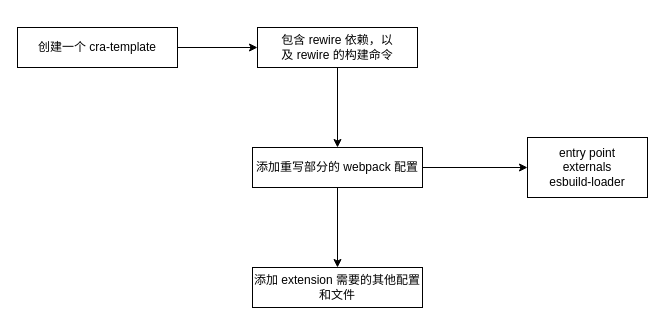
RekiDunois/ImagineThings keeps this draw.io diagram as vscode-webview-template.drawio. Above is the earlier version. Source tidied: cells renumbered, new cells numbered last; positions are measured from the earlier drawing's top-left corner, leaving out a move shared by most shapes. Both pictures are drawn from the tidied source at 100%, with x=0, y=0 at pixel (17, 27).
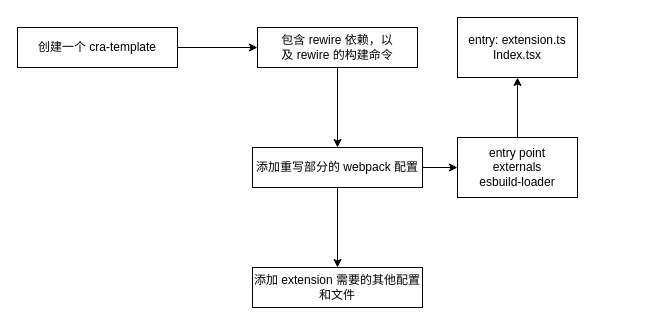
After the change.

Diff of the diagram source:
```diff
@@
 <mxGraphModel>
   <root>
     <mxCell id="0" />
     <mxCell id="1" parent="0" />
     <mxCell id="2" style="edgeStyle=orthogonalEdgeStyle;rounded=0;jettySize=auto;html=1;" parent="1" edge="1" source="3" target="5">
       <mxGeometry relative="1" as="geometry" />
     </mxCell>
     <mxCell id="3" value="创建一个&amp;nbsp;cra-template" style="whiteSpace=wrap;html=1;" parent="1" vertex="1">
       <mxGeometry width="160" height="40" as="geometry" />
     </mxCell>
     <mxCell id="4" style="edgeStyle=orthogonalEdgeStyle;rounded=0;jettySize=auto;html=1;" parent="1" edge="1" source="5" target="8">
       <mxGeometry relative="1" as="geometry" />
     </mxCell>
     <mxCell id="5" value="包含&amp;nbsp;rewire&amp;nbsp;依赖，以及&amp;nbsp;rewire&amp;nbsp;的构建命令" style="whiteSpace=wrap;html=1;" parent="1" vertex="1">
       <mxGeometry x="240" width="160" height="40" as="geometry" />
     </mxCell>
     <mxCell id="6" style="edgeStyle=orthogonalEdgeStyle;rounded=0;jettySize=auto;html=1;" parent="1" edge="1" source="8" target="9">
       <mxGeometry relative="1" as="geometry" />
     </mxCell>
     <mxCell id="7" style="edgeStyle=orthogonalEdgeStyle;rounded=0;jettySize=auto;html=1;" parent="1" edge="1" source="8" target="10">
       <mxGeometry relative="1" as="geometry" />
     </mxCell>
     <mxCell id="8" value="添加重写部分的&amp;nbsp;webpack&amp;nbsp;配置" style="whiteSpace=wrap;html=1;" parent="1" vertex="1">
       <mxGeometry x="235" y="120" width="170" height="40" as="geometry" />
     </mxCell>
     <mxCell id="9" value="添加&amp;nbsp;extension&amp;nbsp;需要的其他配置和文件" style="whiteSpace=wrap;html=1;" parent="1" vertex="1">
       <mxGeometry x="235" y="240" width="170" height="40" as="geometry" />
     </mxCell>
+    <mxCell id="11" style="edgeStyle=orthogonalEdgeStyle;rounded=0;jettySize=auto;html=1;" parent="1" edge="1" source="10" target="12">
+      <mxGeometry relative="1" as="geometry" />
+    </mxCell>
     <mxCell id="10" value="entry&amp;nbsp;point&lt;br&gt;externals&lt;br&gt;esbuild-loader" style="whiteSpace=wrap;html=1;" parent="1" vertex="1">
-      <mxGeometry x="510" y="110" width="120" height="60" as="geometry" />
+      <mxGeometry x="440" y="110" width="120" height="60" as="geometry" />
     </mxCell>
+    <mxCell id="12" value="entry: extension.ts&lt;br&gt;Index.tsx" style="whiteSpace=wrap;html=1;" parent="1" vertex="1">
+      <mxGeometry x="440" y="-10" width="120" height="60" as="geometry" />
+    </mxCell>
   </root>
 </mxGraphModel>
```
